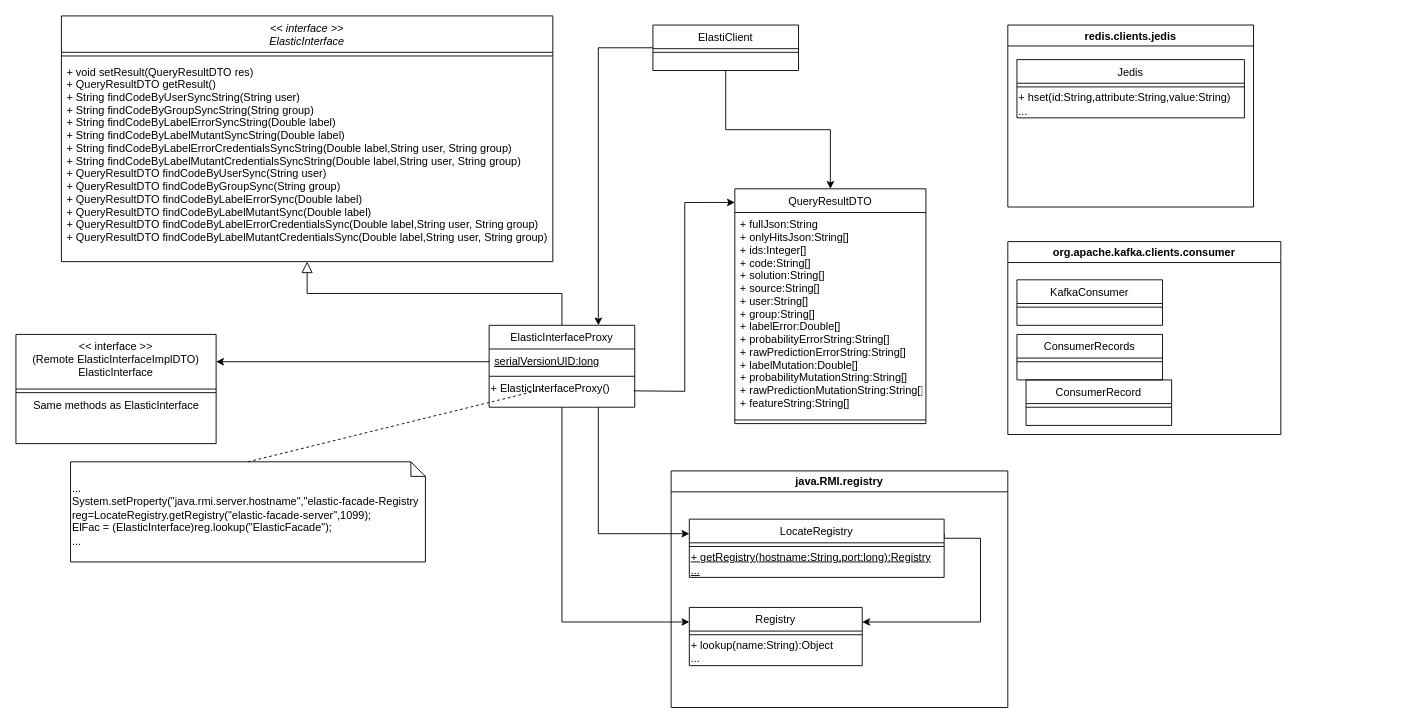
Earlier version of the draw.io diagram docs/Elastic-facade-orchestrator-client.drawio (josura/Error-classification-ISD). Source tidied: cells renumbered, new cells numbered last; positions are measured from the earlier drawing's top-left corner, leaving out a move shared by most shapes. Both pictures are drawn from the tidied source at 91%, with x=0, y=0 at pixel (15, 15).
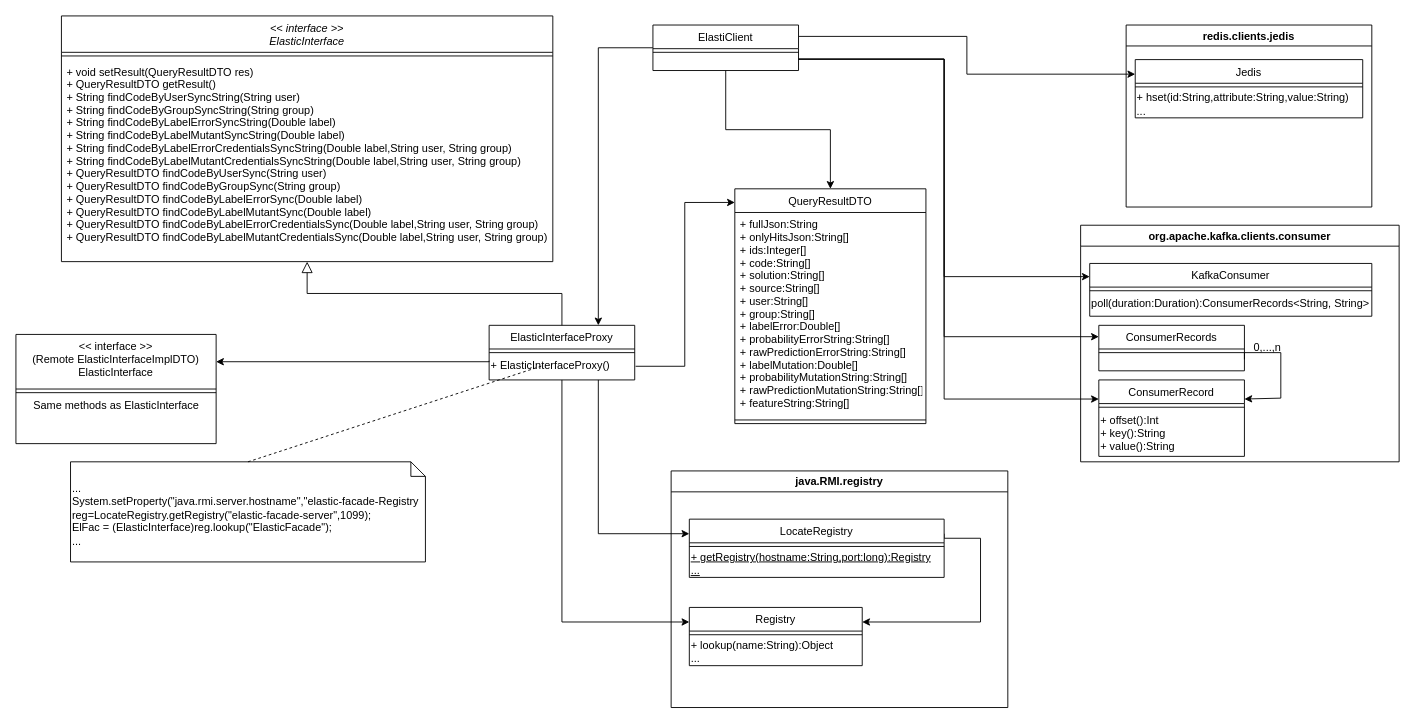
The same page after the edit.

The change refers to these unchanged cells:
```xml
<mxCell id="5" value="&lt;&lt; interface &gt;&gt;&#10;(Remote ElasticInterfaceImplDTO)&#10;ElasticInterface" style="swimlane;fontStyle=0;align=center;verticalAlign=top;horizontal=1;startSize=60;rounded=0;shadow=0;strokeWidth=1;" parent="1" vertex="1">
  <mxGeometry y="350" width="220" height="120" as="geometry" />
</mxCell>
<mxCell id="16" value="QueryResultDTO" style="swimlane;fontStyle=0;align=center;verticalAlign=top;horizontal=1;startSize=26;rounded=0;shadow=0;strokeWidth=1;" parent="1" vertex="1">
  <mxGeometry x="790" y="190" width="210" height="258" as="geometry" />
</mxCell>
<mxCell id="21" value="ElastiClient" style="swimlane;fontStyle=0;align=center;verticalAlign=top;horizontal=1;startSize=26;rounded=0;shadow=0;strokeWidth=1;" parent="1" vertex="1">
  <mxGeometry x="700" y="10" width="160" height="50" as="geometry" />
</mxCell>
<mxCell id="38" value="Jedis" style="swimlane;fontStyle=0;align=center;verticalAlign=top;horizontal=1;startSize=26;rounded=0;shadow=0;strokeWidth=1;" parent="37" vertex="1">
  <mxGeometry x="10" y="38" width="250" height="64" as="geometry" />
</mxCell>
```

What changed in the source:
```diff
@@
-    <mxCell id="8" style="edgeStyle=orthogonalEdgeStyle;rounded=0;jettySize=auto;html=1;exitX=0;exitY=0.5;exitDx=0;exitDy=0;entryX=1;entryY=0.25;entryDx=0;entryDy=0;" parent="1" edge="1" source="12" target="5">
+    <mxCell id="8" style="edgeStyle=orthogonalEdgeStyle;rounded=0;jettySize=auto;html=1;exitX=0;exitY=0.5;exitDx=0;exitDy=0;entryX=1;entryY=0.25;entryDx=0;entryDy=0;" parent="1" edge="1" target="5">
       <mxGeometry relative="1" as="geometry">
+        <mxPoint x="520" y="379" as="sourcePoint" />
         <Array as="points">
           <mxPoint x="520" y="380" />
         </Array>
       </mxGeometry>
     </mxCell>
@@
     <mxCell id="11" value="ElasticInterfaceProxy" style="swimlane;fontStyle=0;align=center;verticalAlign=top;horizontal=1;startSize=26;rounded=0;shadow=0;strokeWidth=1;" parent="1" vertex="1">
-      <mxGeometry x="520" y="340" width="160" height="90" as="geometry" />
+      <mxGeometry x="520" y="340" width="160" height="60" as="geometry" />
     </mxCell>
-    <mxCell id="12" value="serialVersionUID:long" style="text;align=left;verticalAlign=top;spacingLeft=4;spacingRight=4;overflow=hidden;points=[[0,0.5],[1,0.5]];portConstraint=eastwest;fontStyle=4;" parent="11" vertex="1">
-      <mxGeometry y="26" width="160" height="26" as="geometry" />
-    </mxCell>
     <mxCell id="13" style="line;html=1;strokeWidth=1;align=left;verticalAlign=middle;spacingTop=-1;spacingLeft=3;spacingRight=3;labelPosition=right;" parent="11" vertex="1">
-      <mxGeometry y="52" width="160" height="8" as="geometry" />
+      <mxGeometry y="26" width="160" height="8" as="geometry" />
     </mxCell>
     <mxCell id="14" value="+ ElasticInterfaceProxy()" style="text;html=1;align=left;verticalAlign=middle;points=[];strokeColor=none;fillColor=none;" parent="11" vertex="1">
-      <mxGeometry y="60" width="160" height="20" as="geometry" />
+      <mxGeometry y="34" width="160" height="20" as="geometry" />
     </mxCell>
@@
+    <mxCell id="48" style="edgeStyle=orthogonalEdgeStyle;rounded=0;jettySize=auto;html=1;exitX=1;exitY=0.25;exitDx=0;exitDy=0;entryX=0;entryY=0.25;entryDx=0;entryDy=0;" parent="1" edge="1" source="21" target="38">
+      <mxGeometry relative="1" as="geometry" />
+    </mxCell>
+    <mxCell id="49" style="edgeStyle=orthogonalEdgeStyle;rounded=0;jettySize=auto;html=1;exitX=1;exitY=0.75;exitDx=0;exitDy=0;entryX=0;entryY=0.25;entryDx=0;entryDy=0;" parent="1" edge="1" source="21" target="42">
+      <mxGeometry relative="1" as="geometry">
+        <Array as="points">
+          <mxPoint x="1020" y="48" />
+          <mxPoint x="1020" y="287" />
+        </Array>
+      </mxGeometry>
+    </mxCell>
+    <mxCell id="50" style="edgeStyle=orthogonalEdgeStyle;rounded=0;jettySize=auto;html=1;exitX=1;exitY=0.75;exitDx=0;exitDy=0;entryX=0;entryY=0.25;entryDx=0;entryDy=0;" parent="1" edge="1" source="21" target="46">
+      <mxGeometry relative="1" as="geometry">
+        <Array as="points">
+          <mxPoint x="1020" y="48" />
+          <mxPoint x="1020" y="353" />
+        </Array>
+      </mxGeometry>
+    </mxCell>
+    <mxCell id="51" style="edgeStyle=orthogonalEdgeStyle;rounded=0;jettySize=auto;html=1;exitX=1;exitY=0.75;exitDx=0;exitDy=0;entryX=0;entryY=0.25;entryDx=0;entryDy=0;" parent="1" edge="1" source="21" target="44">
+      <mxGeometry relative="1" as="geometry">
+        <Array as="points">
+          <mxPoint x="1020" y="48" />
+          <mxPoint x="1020" y="421" />
+        </Array>
+      </mxGeometry>
+    </mxCell>
@@
-    <mxCell id="34" style="edgeStyle=orthogonalEdgeStyle;rounded=0;jettySize=auto;html=1;exitX=0.994;exitY=0.6;exitDx=0;exitDy=0;entryX=0;entryY=0.058;entryDx=0;entryDy=0;entryPerimeter=0;exitPerimeter=0;" parent="1" edge="1" target="16">
-      <mxGeometry relative="1" as="geometry">
-        <mxPoint x="679" y="412" as="sourcePoint" />
-      </mxGeometry>
+    <mxCell id="34" style="edgeStyle=orthogonalEdgeStyle;rounded=0;jettySize=auto;html=1;exitX=1.006;exitY=0.55;exitDx=0;exitDy=0;entryX=0;entryY=0.058;entryDx=0;entryDy=0;entryPerimeter=0;exitPerimeter=0;" parent="1" edge="1" source="14" target="16">
+      <mxGeometry relative="1" as="geometry" />
     </mxCell>
@@
     <mxCell id="37" value="redis.clients.jedis" style="swimlane;align=center;" parent="1" vertex="1">
-      <mxGeometry x="1090" y="10" width="270" height="200" as="geometry" />
+      <mxGeometry x="1220" y="10" width="270" height="200" as="geometry" />
     </mxCell>
@@
     <mxCell id="41" value="org.apache.kafka.clients.consumer" style="swimlane;align=center;" parent="1" vertex="1">
-      <mxGeometry x="1090" y="248" width="300" height="212" as="geometry" />
+      <mxGeometry x="1170" y="230" width="350" height="260" as="geometry" />
     </mxCell>
     <mxCell id="42" value="KafkaConsumer" style="swimlane;fontStyle=0;align=center;verticalAlign=top;horizontal=1;startSize=26;rounded=0;shadow=0;strokeWidth=1;" parent="41" vertex="1">
-      <mxGeometry x="10" y="42" width="160" height="50" as="geometry" />
+      <mxGeometry x="10" y="42" width="310" height="58" as="geometry" />
     </mxCell>
     <mxCell id="43" style="line;html=1;strokeWidth=1;align=left;verticalAlign=middle;spacingTop=-1;spacingLeft=3;spacingRight=3;labelPosition=right;" parent="42" vertex="1">
-      <mxGeometry y="26" width="160" height="8" as="geometry" />
+      <mxGeometry y="26" width="310" height="8" as="geometry" />
     </mxCell>
+    <mxCell id="52" value="&lt;div align=&quot;left&quot;&gt;poll(duration:Duration):ConsumerRecords&amp;lt;String, String&amp;gt;&lt;/div&gt;" style="text;html=1;align=left;verticalAlign=middle;strokeColor=none;fillColor=none;" parent="42" vertex="1">
+      <mxGeometry y="34" width="310" height="20" as="geometry" />
+    </mxCell>
     <mxCell id="44" value="ConsumerRecord" style="swimlane;fontStyle=0;align=center;verticalAlign=top;horizontal=1;startSize=26;rounded=0;shadow=0;strokeWidth=1;" parent="41" vertex="1">
-      <mxGeometry x="20" y="152" width="160" height="50" as="geometry" />
+      <mxGeometry x="20" y="170" width="160" height="84" as="geometry" />
     </mxCell>
@@
+    <mxCell id="53" value="&lt;div&gt;+ offset():Int&lt;/div&gt;&lt;div&gt;+ key():String&lt;/div&gt;&lt;div&gt;+ value():String&lt;br&gt;&lt;/div&gt;" style="text;html=1;align=left;verticalAlign=middle;strokeColor=none;fillColor=none;" parent="44" vertex="1">
+      <mxGeometry y="34" width="160" height="50" as="geometry" />
+    </mxCell>
+    <mxCell id="54" style="edgeStyle=orthogonalEdgeStyle;rounded=0;jettySize=auto;html=1;exitX=1;exitY=0.75;exitDx=0;exitDy=0;entryX=1;entryY=0.25;entryDx=0;entryDy=0;" parent="41" edge="1" source="46" target="44">
+      <mxGeometry relative="1" as="geometry">
+        <Array as="points">
+          <mxPoint x="220" y="140" />
+          <mxPoint x="220" y="190" />
+        </Array>
+      </mxGeometry>
+    </mxCell>
     <mxCell id="46" value="ConsumerRecords" style="swimlane;fontStyle=0;align=center;verticalAlign=top;horizontal=1;startSize=26;rounded=0;shadow=0;strokeWidth=1;" parent="41" vertex="1">
-      <mxGeometry x="10" y="102" width="160" height="50" as="geometry" />
+      <mxGeometry x="20" y="110" width="160" height="50" as="geometry" />
     </mxCell>
@@
+    <mxCell id="55" value="0,...,n" style="text;html=1;align=center;verticalAlign=middle;strokeColor=none;fillColor=none;" parent="41" vertex="1">
+      <mxGeometry x="180" y="125" width="50" height="20" as="geometry" />
+    </mxCell>
```
